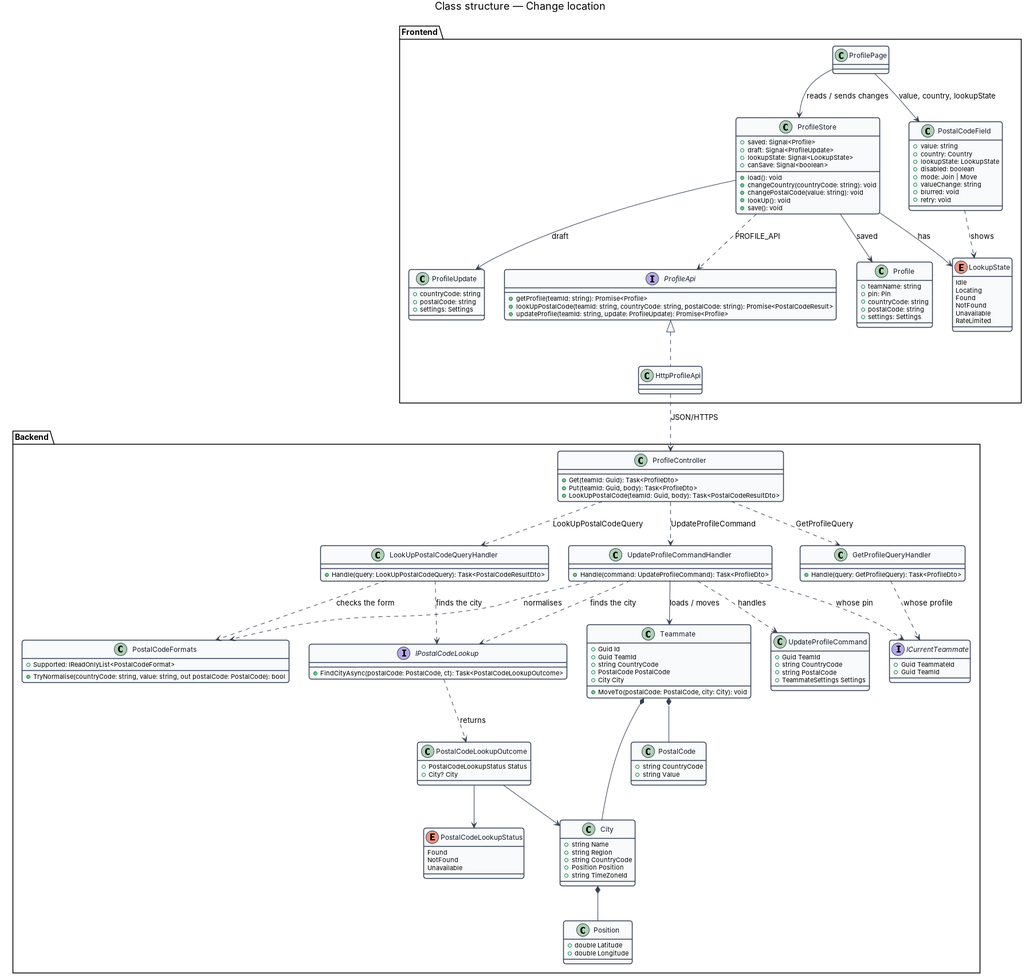
Before: docs/detailed-designs/profile/change-location/diagrams/class-structure.png, a diagram exported from PlantUML (QuinntyneBrown/Mondino). Its source is kept beside it as docs/detailed-designs/profile/change-location/diagrams/class-structure.puml. The source it was exported from:
```plantuml
@startuml
skinparam backgroundColor #FFFFFF
skinparam shadowing false
skinparam roundcorner 8
skinparam defaultFontName Arial
skinparam ArrowColor #344054
skinparam class {
  BorderColor #344054
  FontColor #101828
  BackgroundColor #F9FAFB
}
title Class structure — Change location

package "Frontend" {
  interface ProfileApi {
    +getProfile(teamId: string): Promise<Profile>
    +lookUpPostalCode(teamId: string, countryCode: string, postalCode: string): Promise<PostalCodeResult>
    +updateProfile(teamId: string, update: ProfileUpdate): Promise<Profile>
  }
  class HttpProfileApi
  class ProfileStore {
    +saved: Signal<Profile>
    +draft: Signal<ProfileUpdate>
    +lookupState: Signal<LookupState>
    +canSave: Signal<boolean>
    +load(): void
    +changeCountry(countryCode: string): void
    +changePostalCode(value: string): void
    +lookUp(): void
    +save(): void
  }
  class ProfilePage
  class Profile {
    +teamName: string
    +pin: Pin
    +countryCode: string
    +postalCode: string
    +settings: Settings
  }
  class ProfileUpdate {
    +countryCode: string
    +postalCode: string
    +settings: Settings
  }
  enum LookupState {
    Idle
    Locating
    Found
    NotFound
    Unavailable
    RateLimited
  }
  class PostalCodeField {
    +value: string
    +country: Country
    +lookupState: LookupState
    +disabled: boolean
    +mode: Join | Move
    +valueChange: string
    +blurred: void
    +retry: void
  }
}

package "Backend" {
  class ProfileController {
    +Get(teamId: Guid): Task<ProfileDto>
    +Put(teamId: Guid, body): Task<ProfileDto>
    +LookUpPostalCode(teamId: Guid, body): Task<PostalCodeResultDto>
  }
  class UpdateProfileCommand {
    +Guid TeamId
    +string CountryCode
    +string PostalCode
    +TeammateSettings Settings
  }
  class UpdateProfileCommandHandler {
    +Handle(command: UpdateProfileCommand): Task<ProfileDto>
  }
  class LookUpPostalCodeQueryHandler {
    +Handle(query: LookUpPostalCodeQuery): Task<PostalCodeResultDto>
  }
  class GetProfileQueryHandler {
    +Handle(query: GetProfileQuery): Task<ProfileDto>
  }
  interface ICurrentTeammate {
    +Guid TeammateId
    +Guid TeamId
  }
  interface IPostalCodeLookup {
    +FindCityAsync(postalCode: PostalCode, ct): Task<PostalCodeLookupOutcome>
  }
  class PostalCodeLookupOutcome {
    +PostalCodeLookupStatus Status
    +City? City
  }
  enum PostalCodeLookupStatus {
    Found
    NotFound
    Unavailable
  }
  class PostalCodeFormats {
    +Supported: IReadOnlyList<PostalCodeFormat>
    +TryNormalise(countryCode: string, value: string, out postalCode: PostalCode): bool
  }
  class Teammate {
    +Guid Id
    +Guid TeamId
    +string CountryCode
    +PostalCode PostalCode
    +City City
    +MoveTo(postalCode: PostalCode, city: City): void
  }
  class City {
    +string Name
    +string Region
    +string CountryCode
    +Position Position
    +string TimeZoneId
  }
  class Position {
    +double Latitude
    +double Longitude
  }
  class PostalCode {
    +string CountryCode
    +string Value
  }
}

ProfilePage --> ProfileStore : reads / sends changes
ProfileStore ..> ProfileApi : PROFILE_API
ProfileApi <|.. HttpProfileApi
ProfileStore --> Profile : saved
ProfileStore --> ProfileUpdate : draft
ProfileStore --> LookupState : has
ProfilePage --> PostalCodeField : value, country, lookupState
PostalCodeField ..> LookupState : shows
IPostalCodeLookup ..> PostalCodeLookupOutcome : returns
PostalCodeLookupOutcome --> PostalCodeLookupStatus
PostalCodeLookupOutcome --> City
HttpProfileApi ..> ProfileController : JSON/HTTPS
ProfileController ..> GetProfileQueryHandler : GetProfileQuery
ProfileController ..> LookUpPostalCodeQueryHandler : LookUpPostalCodeQuery
ProfileController ..> UpdateProfileCommandHandler : UpdateProfileCommand
UpdateProfileCommandHandler ..> UpdateProfileCommand : handles
UpdateProfileCommandHandler ..> ICurrentTeammate : whose pin
UpdateProfileCommandHandler ..> IPostalCodeLookup : finds the city
UpdateProfileCommandHandler ..> PostalCodeFormats : normalises
UpdateProfileCommandHandler --> Teammate : loads / moves
LookUpPostalCodeQueryHandler ..> PostalCodeFormats : checks the form
LookUpPostalCodeQueryHandler ..> IPostalCodeLookup : finds the city
GetProfileQueryHandler ..> ICurrentTeammate : whose profile
Teammate *-- PostalCode
Teammate *-- City
City *-- Position
@enduml
```
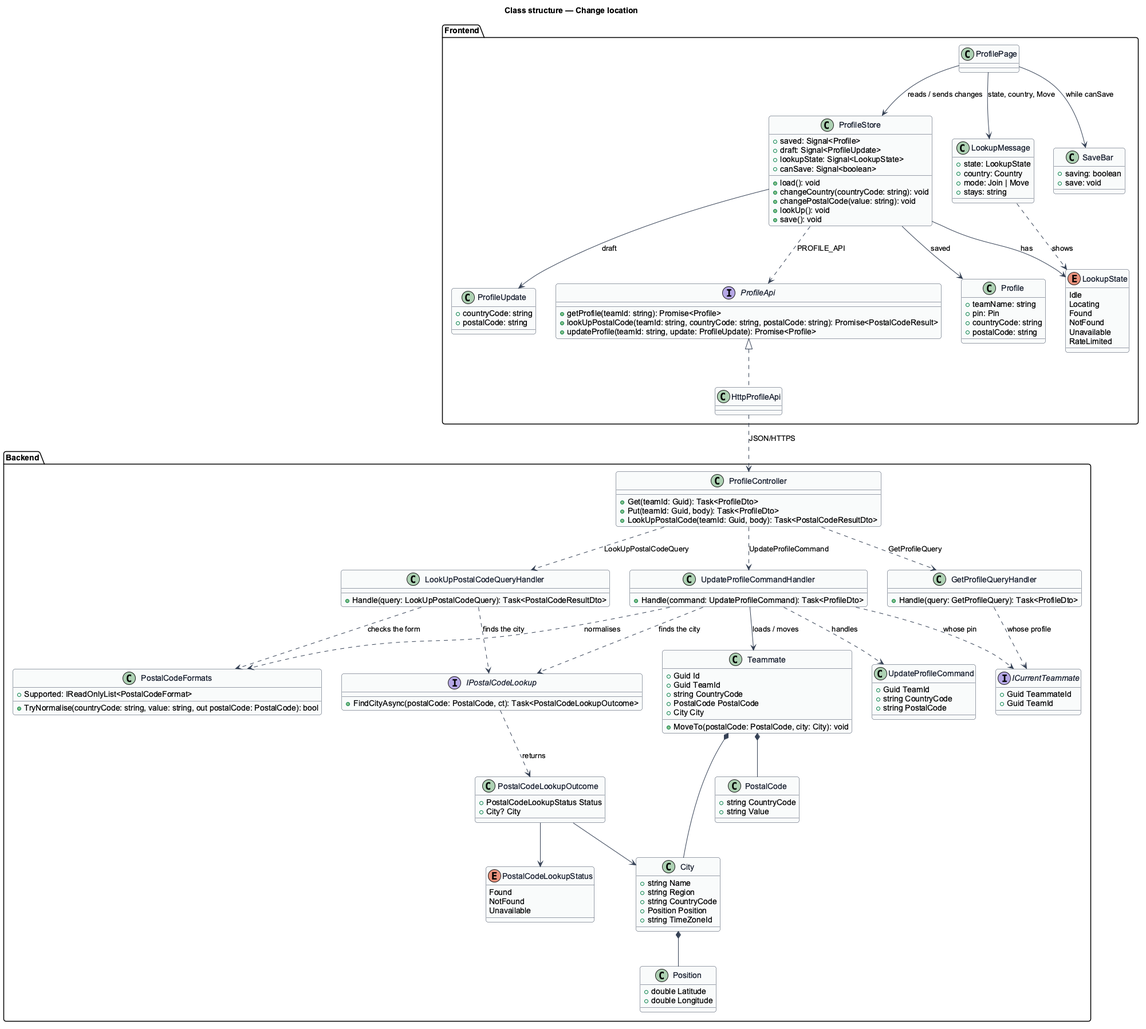
Above is the later version.

The edit, as a diff of the source:
```diff
@@ -35,12 +35,10 @@
     +pin: Pin
     +countryCode: string
     +postalCode: string
-    +settings: Settings
   }
   class ProfileUpdate {
     +countryCode: string
     +postalCode: string
-    +settings: Settings
   }
   enum LookupState {
     Idle
@@ -50,15 +48,15 @@
     Unavailable
     RateLimited
   }
-  class PostalCodeField {
-    +value: string
+  class LookupMessage {
+    +state: LookupState
     +country: Country
-    +lookupState: LookupState
-    +disabled: boolean
     +mode: Join | Move
-    +valueChange: string
-    +blurred: void
-    +retry: void
+    +stays: string
+  }
+  class SaveBar {
+    +saving: boolean
+    +save: void
   }
 }
 
@@ -72,7 +70,6 @@
     +Guid TeamId
     +string CountryCode
     +string PostalCode
-    +TeammateSettings Settings
   }
   class UpdateProfileCommandHandler {
     +Handle(command: UpdateProfileCommand): Task<ProfileDto>
@@ -134,8 +131,9 @@
 ProfileStore --> Profile : saved
 ProfileStore --> ProfileUpdate : draft
 ProfileStore --> LookupState : has
-ProfilePage --> PostalCodeField : value, country, lookupState
-PostalCodeField ..> LookupState : shows
+ProfilePage --> LookupMessage : state, country, Move
+ProfilePage --> SaveBar : while canSave
+LookupMessage ..> LookupState : shows
 IPostalCodeLookup ..> PostalCodeLookupOutcome : returns
 PostalCodeLookupOutcome --> PostalCodeLookupStatus
 PostalCodeLookupOutcome --> City
```
